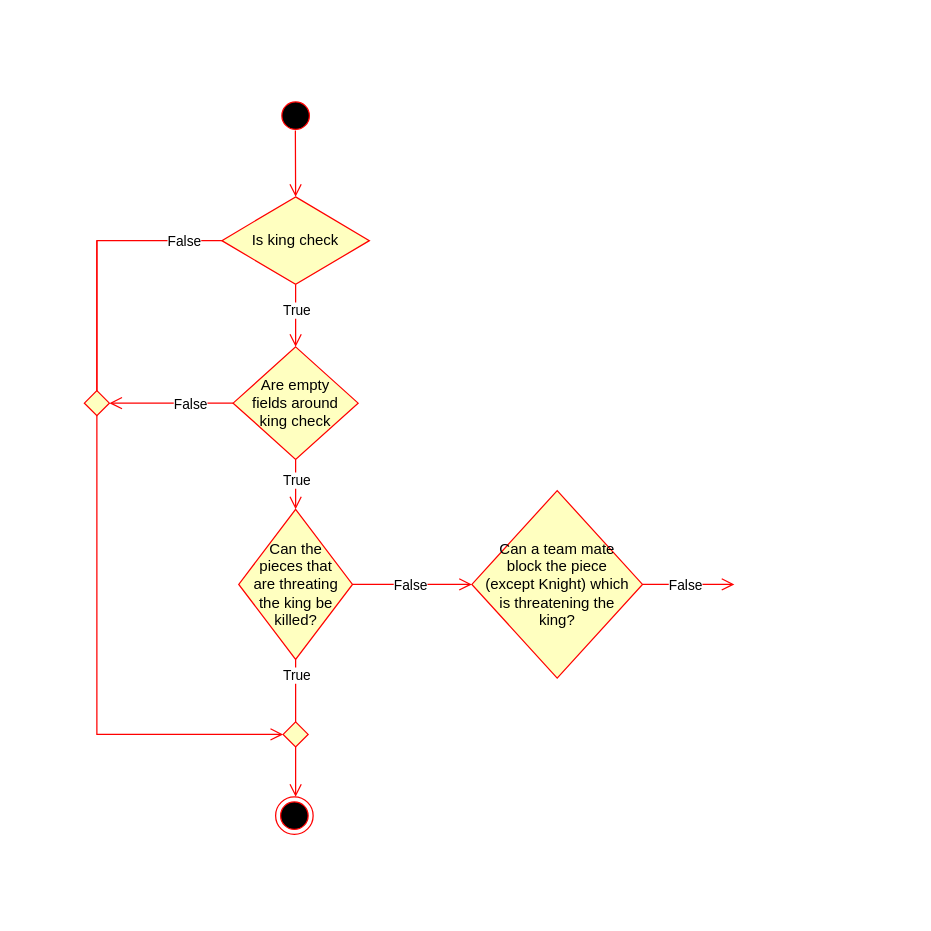
The draw.io diagram uml/checkmate_activity_diagram.drawio in Chesslix/JavaChess, before the edit. Source tidied: cells renumbered, new cells numbered last; positions are measured from the earlier drawing's top-left corner, leaving out a move shared by most shapes. Both pictures are drawn from the tidied source at 125%, with x=0, y=0 at pixel (84, 96).
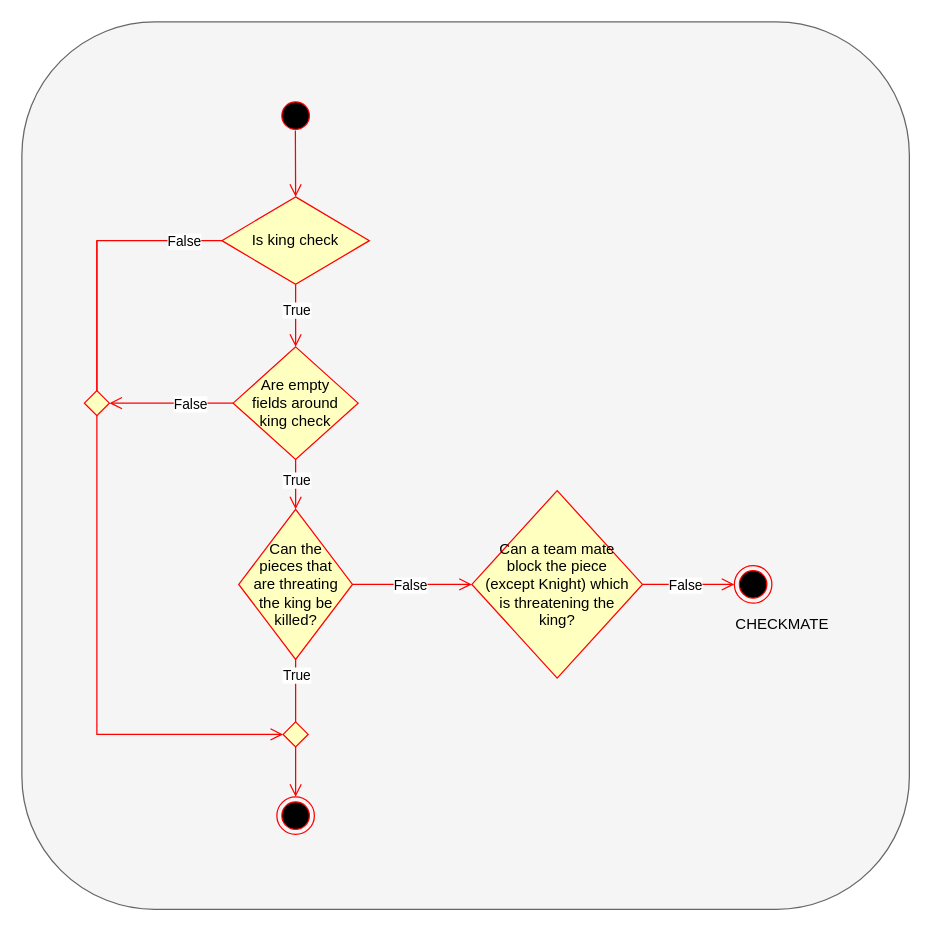
The same page after the edit.

Commit message:
Finished Checkmate flow

What changed in the source:
```diff
@@
+    <mxCell id="27" style="rounded=1;whiteSpace=wrap;html=1;fontSize=12;fillColor=#f5f5f5;strokeColor=#666666;fontColor=#333333;" parent="1" vertex="1">
+      <mxGeometry x="-50" y="-60" width="710" height="710" as="geometry" />
+    </mxCell>
@@
     <mxCell id="20" style="ellipse;html=1;shape=endState;fillColor=#000000;strokeColor=#ff0000;fontSize=12;" parent="1" vertex="1">
-      <mxGeometry x="153" y="560" width="30" height="30" as="geometry" />
+      <mxGeometry x="154" y="560" width="30" height="30" as="geometry" />
     </mxCell>
@@
+    <mxCell id="28" value="CHECKMATE" style="ellipse;html=1;shape=endState;fillColor=#000000;strokeColor=#ff0000;fontSize=12;movableLabel=1;" parent="1" vertex="1">
+      <mxGeometry x="520" y="375" width="30" height="30" as="geometry">
+        <mxPoint x="23" y="32" as="offset" />
+      </mxGeometry>
+    </mxCell>
```
